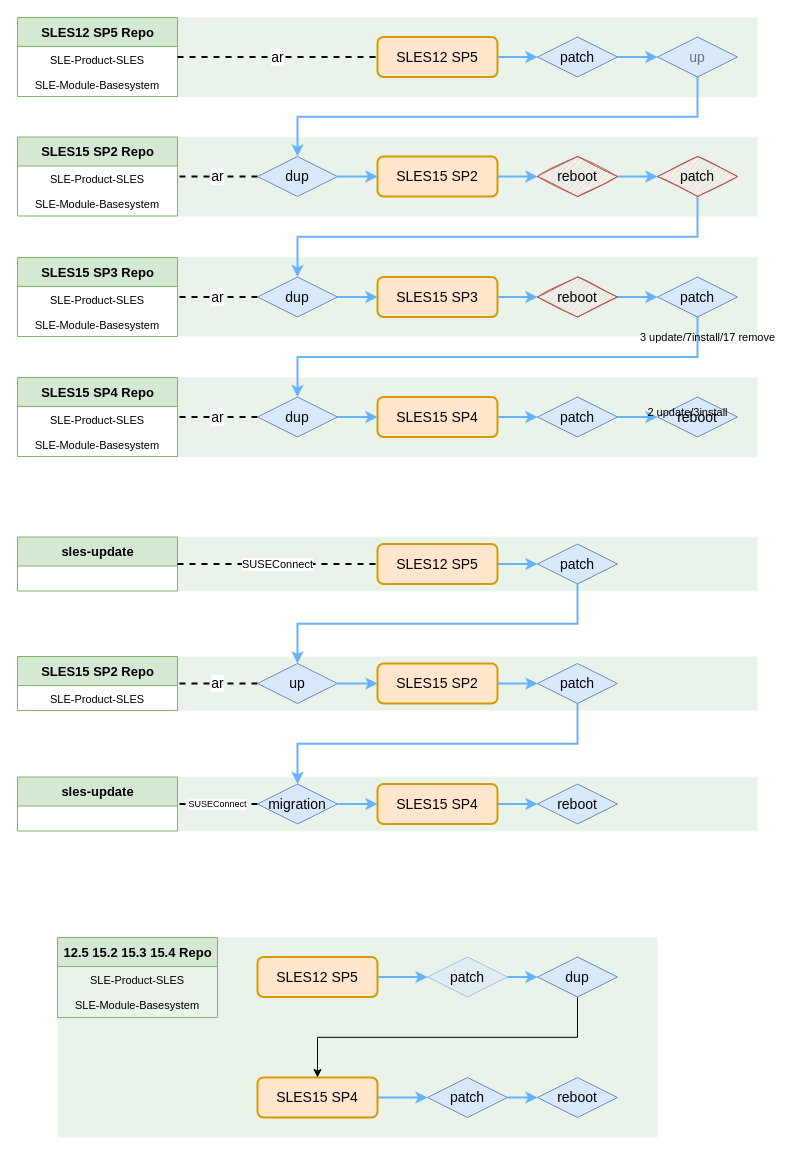
Earlier version of the draw.io diagram page "Upgrade" (3 of 3) of st/sles.drawio (gaivin/drawio). Source tidied: cells renumbered, new cells numbered last; positions are measured from the earlier drawing's top-left corner, leaving out a move shared by most shapes. Both pictures are drawn from the tidied source at 100%, with x=0, y=0 at pixel (17, 17).
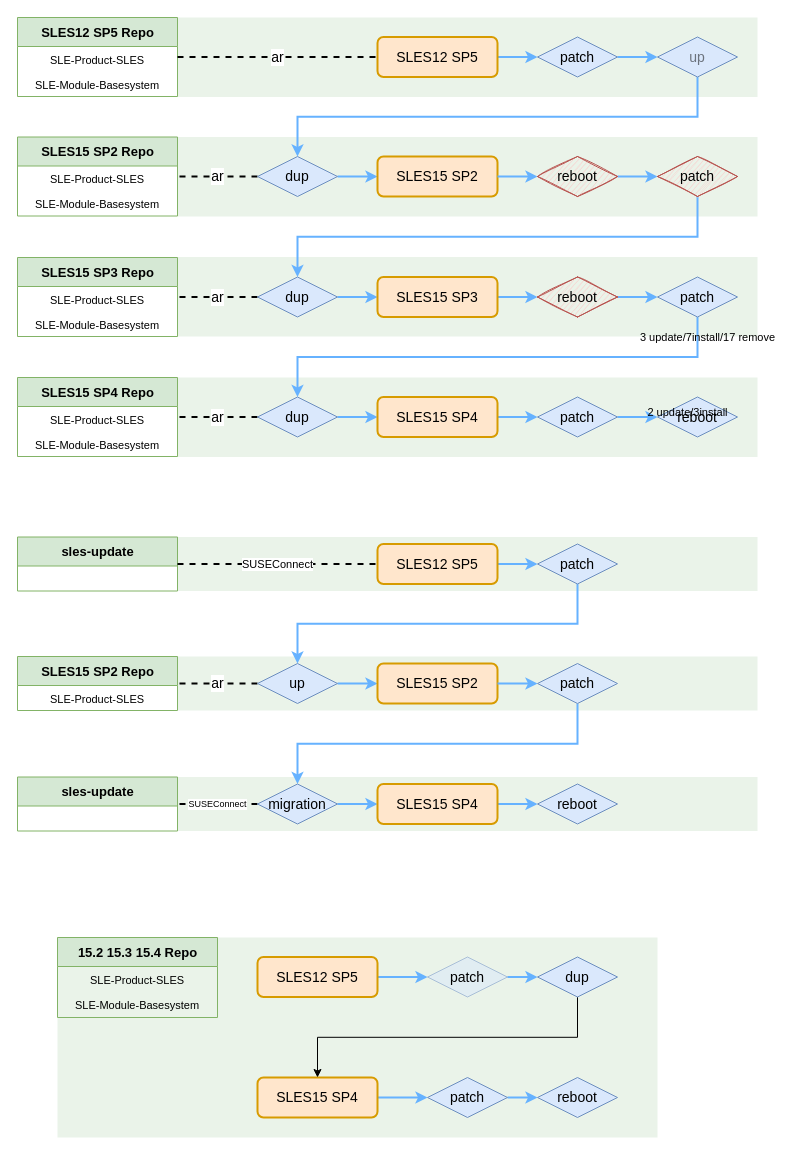
Above is the later version.

Change to the diagram source:
```diff
@@
-    <mxCell id="83" value="&lt;font style=&quot;font-size: 13px;&quot;&gt;12.5 15.2 15.3 15.4 Repo&lt;/font&gt;" style="swimlane;fontStyle=1;align=center;verticalAlign=middle;horizontal=1;startSize=29;html=1;fontSize=17;fillColor=#d5e8d4;strokeColor=#82b366;" parent="1" vertex="1">
+    <mxCell id="83" value="&lt;font style=&quot;font-size: 13px;&quot;&gt;15.2 15.3 15.4 Repo&lt;/font&gt;" style="swimlane;fontStyle=1;align=center;verticalAlign=middle;horizontal=1;startSize=29;html=1;fontSize=17;fillColor=#d5e8d4;strokeColor=#82b366;" parent="1" vertex="1">
       <mxGeometry x="40" y="920" width="160" height="80" as="geometry" />
     </mxCell>
```
